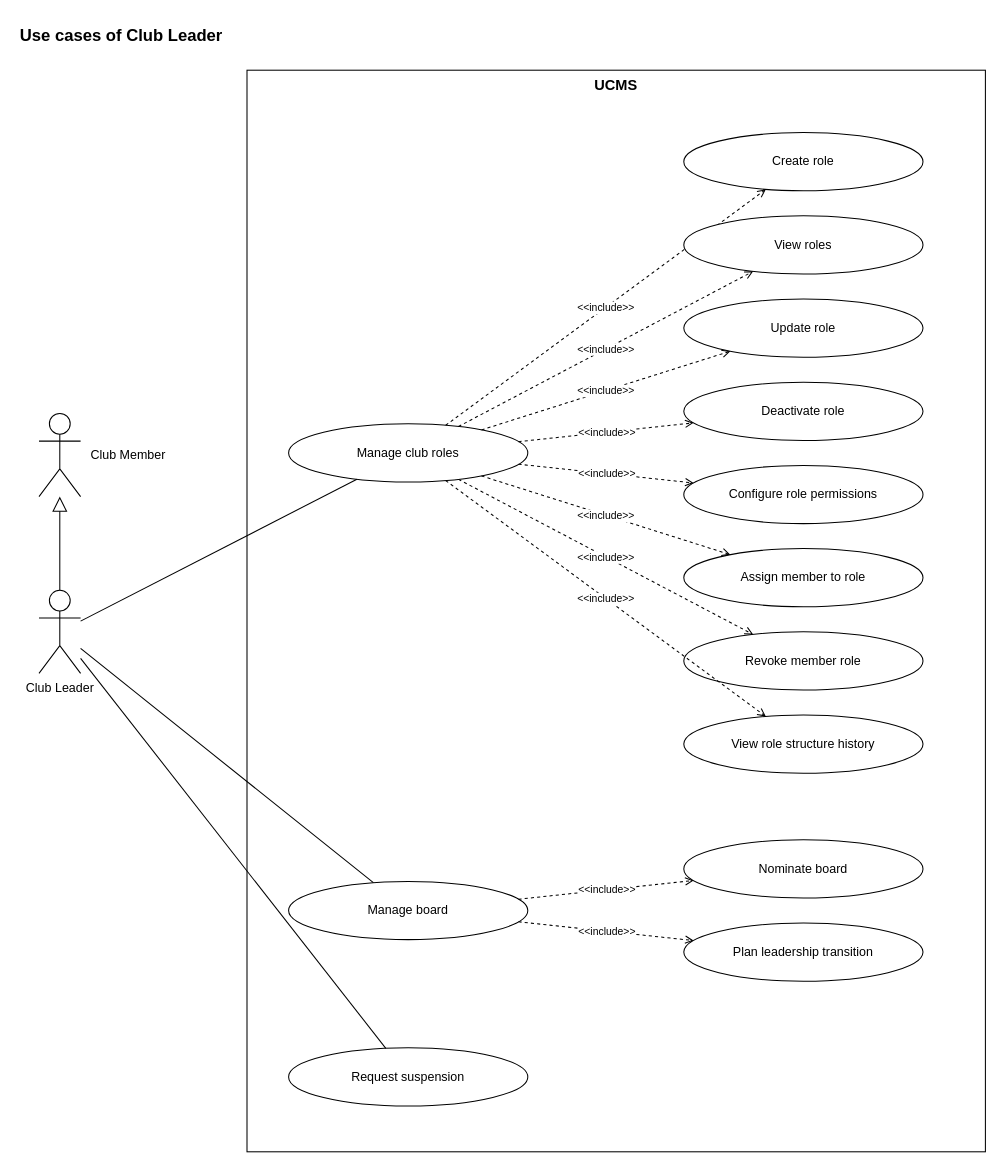
Above: page "Club Leader" (3 of 9) of docs/03-diagrams/UCMS_UseCase_ByActor.drawio in nvdekay/ClubManagementSystem (draw.io), before the change. Source tidied: cells renumbered, new cells numbered last; positions are measured from the earlier drawing's top-left corner, leaving out a move shared by most shapes. Both pictures are drawn from the tidied source at 104%, with x=0, y=0 at pixel (18, 18).
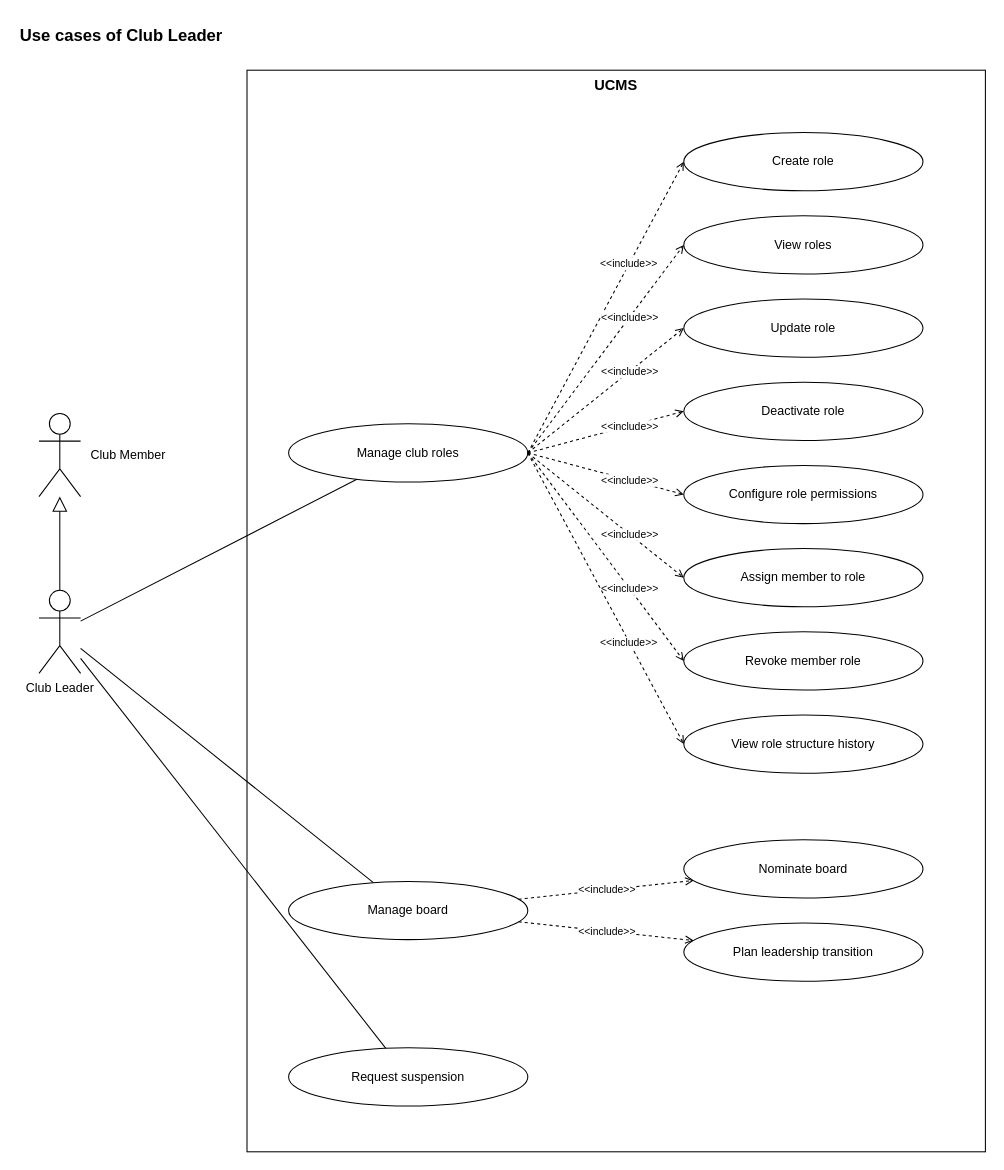
After the change.

Commit message (it also covers changes not shown here):
docs(diagrams): keep role connectors clear of use case ovals

The change refers to these unchanged cells:
```xml
<mxCell id="7" value="Manage club roles" style="ellipse;whiteSpace=wrap;html=1;fillColor=#ffffff;strokeColor=#000000;fontSize=12;" parent="1" vertex="1">
  <mxGeometry x="260" y="390" width="230" height="56" as="geometry" />
</mxCell>
<mxCell id="9" value="Create role" style="ellipse;whiteSpace=wrap;html=1;fillColor=#ffffff;strokeColor=#000000;fontSize=12;" parent="1" vertex="1">
  <mxGeometry x="640" y="110" width="230" height="56" as="geometry" />
</mxCell>
<mxCell id="11" value="View roles" style="ellipse;whiteSpace=wrap;html=1;fillColor=#ffffff;strokeColor=#000000;fontSize=12;" parent="1" vertex="1">
  <mxGeometry x="640" y="190" width="230" height="56" as="geometry" />
</mxCell>
<mxCell id="13" value="Update role" style="ellipse;whiteSpace=wrap;html=1;fillColor=#ffffff;strokeColor=#000000;fontSize=12;" parent="1" vertex="1">
  <mxGeometry x="640" y="270" width="230" height="56" as="geometry" />
</mxCell>
<mxCell id="15" value="Deactivate role" style="ellipse;whiteSpace=wrap;html=1;fillColor=#ffffff;strokeColor=#000000;fontSize=12;" parent="1" vertex="1">
  <mxGeometry x="640" y="350" width="230" height="56" as="geometry" />
</mxCell>
<mxCell id="17" value="Configure role permissions" style="ellipse;whiteSpace=wrap;html=1;fillColor=#ffffff;strokeColor=#000000;fontSize=12;" parent="1" vertex="1">
  <mxGeometry x="640" y="430" width="230" height="56" as="geometry" />
</mxCell>
<mxCell id="19" value="Assign member to role" style="ellipse;whiteSpace=wrap;html=1;fillColor=#ffffff;strokeColor=#000000;fontSize=12;" parent="1" vertex="1">
  <mxGeometry x="640" y="510" width="230" height="56" as="geometry" />
</mxCell>
<mxCell id="21" value="Revoke member role" style="ellipse;whiteSpace=wrap;html=1;fillColor=#ffffff;strokeColor=#000000;fontSize=12;" parent="1" vertex="1">
  <mxGeometry x="640" y="590" width="230" height="56" as="geometry" />
</mxCell>
<mxCell id="23" value="View role structure history" style="ellipse;whiteSpace=wrap;html=1;fillColor=#ffffff;strokeColor=#000000;fontSize=12;" parent="1" vertex="1">
  <mxGeometry x="640" y="670" width="230" height="56" as="geometry" />
</mxCell>
```

Diff of the diagram source:
```diff
@@
-    <mxCell id="10" value="&amp;lt;&amp;lt;include&amp;gt;&amp;gt;" style="endArrow=open;dashed=1;html=1;strokeColor=#000000;fontSize=10;labelBackgroundColor=#ffffff;" parent="1" edge="1" source="7" target="9">
-      <mxGeometry relative="1" as="geometry" />
+    <mxCell id="10" value="&amp;lt;&amp;lt;include&amp;gt;&amp;gt;" style="endArrow=open;dashed=1;html=1;strokeColor=#000000;fontSize=10;labelBackgroundColor=#ffffff;exitX=1;exitY=0.5;exitDx=0;exitDy=0;entryX=0;entryY=0.5;entryDx=0;entryDy=0;" parent="1" edge="1" source="7" target="9">
+      <mxGeometry x="0.3" relative="1" as="geometry" />
     </mxCell>
@@
-    <mxCell id="12" value="&amp;lt;&amp;lt;include&amp;gt;&amp;gt;" style="endArrow=open;dashed=1;html=1;strokeColor=#000000;fontSize=10;labelBackgroundColor=#ffffff;" parent="1" edge="1" source="7" target="11">
-      <mxGeometry relative="1" as="geometry" />
+    <mxCell id="12" value="&amp;lt;&amp;lt;include&amp;gt;&amp;gt;" style="endArrow=open;dashed=1;html=1;strokeColor=#000000;fontSize=10;labelBackgroundColor=#ffffff;exitX=1;exitY=0.5;exitDx=0;exitDy=0;entryX=0;entryY=0.5;entryDx=0;entryDy=0;" parent="1" edge="1" source="7" target="11">
+      <mxGeometry x="0.3" relative="1" as="geometry" />
     </mxCell>
@@
-    <mxCell id="14" value="&amp;lt;&amp;lt;include&amp;gt;&amp;gt;" style="endArrow=open;dashed=1;html=1;strokeColor=#000000;fontSize=10;labelBackgroundColor=#ffffff;" parent="1" edge="1" source="7" target="13">
-      <mxGeometry relative="1" as="geometry" />
+    <mxCell id="14" value="&amp;lt;&amp;lt;include&amp;gt;&amp;gt;" style="endArrow=open;dashed=1;html=1;strokeColor=#000000;fontSize=10;labelBackgroundColor=#ffffff;exitX=1;exitY=0.5;exitDx=0;exitDy=0;entryX=0;entryY=0.5;entryDx=0;entryDy=0;" parent="1" edge="1" source="7" target="13">
+      <mxGeometry x="0.3" relative="1" as="geometry" />
     </mxCell>
@@
-    <mxCell id="16" value="&amp;lt;&amp;lt;include&amp;gt;&amp;gt;" style="endArrow=open;dashed=1;html=1;strokeColor=#000000;fontSize=10;labelBackgroundColor=#ffffff;" parent="1" edge="1" source="7" target="15">
-      <mxGeometry relative="1" as="geometry" />
+    <mxCell id="16" value="&amp;lt;&amp;lt;include&amp;gt;&amp;gt;" style="endArrow=open;dashed=1;html=1;strokeColor=#000000;fontSize=10;labelBackgroundColor=#ffffff;exitX=1;exitY=0.5;exitDx=0;exitDy=0;entryX=0;entryY=0.5;entryDx=0;entryDy=0;" parent="1" edge="1" source="7" target="15">
+      <mxGeometry x="0.3" relative="1" as="geometry" />
     </mxCell>
@@
-    <mxCell id="18" value="&amp;lt;&amp;lt;include&amp;gt;&amp;gt;" style="endArrow=open;dashed=1;html=1;strokeColor=#000000;fontSize=10;labelBackgroundColor=#ffffff;" parent="1" edge="1" source="7" target="17">
-      <mxGeometry relative="1" as="geometry" />
+    <mxCell id="18" value="&amp;lt;&amp;lt;include&amp;gt;&amp;gt;" style="endArrow=open;dashed=1;html=1;strokeColor=#000000;fontSize=10;labelBackgroundColor=#ffffff;exitX=1;exitY=0.5;exitDx=0;exitDy=0;entryX=0;entryY=0.5;entryDx=0;entryDy=0;" parent="1" edge="1" source="7" target="17">
+      <mxGeometry x="0.3" relative="1" as="geometry" />
     </mxCell>
@@
-    <mxCell id="20" value="&amp;lt;&amp;lt;include&amp;gt;&amp;gt;" style="endArrow=open;dashed=1;html=1;strokeColor=#000000;fontSize=10;labelBackgroundColor=#ffffff;" parent="1" edge="1" source="7" target="19">
-      <mxGeometry relative="1" as="geometry" />
+    <mxCell id="20" value="&amp;lt;&amp;lt;include&amp;gt;&amp;gt;" style="endArrow=open;dashed=1;html=1;strokeColor=#000000;fontSize=10;labelBackgroundColor=#ffffff;exitX=1;exitY=0.5;exitDx=0;exitDy=0;entryX=0;entryY=0.5;entryDx=0;entryDy=0;" parent="1" edge="1" source="7" target="19">
+      <mxGeometry x="0.3" relative="1" as="geometry" />
     </mxCell>
@@
-    <mxCell id="22" value="&amp;lt;&amp;lt;include&amp;gt;&amp;gt;" style="endArrow=open;dashed=1;html=1;strokeColor=#000000;fontSize=10;labelBackgroundColor=#ffffff;" parent="1" edge="1" source="7" target="21">
-      <mxGeometry relative="1" as="geometry" />
+    <mxCell id="22" value="&amp;lt;&amp;lt;include&amp;gt;&amp;gt;" style="endArrow=open;dashed=1;html=1;strokeColor=#000000;fontSize=10;labelBackgroundColor=#ffffff;exitX=1;exitY=0.5;exitDx=0;exitDy=0;entryX=0;entryY=0.5;entryDx=0;entryDy=0;" parent="1" edge="1" source="7" target="21">
+      <mxGeometry x="0.3" relative="1" as="geometry" />
     </mxCell>
@@
-    <mxCell id="24" value="&amp;lt;&amp;lt;include&amp;gt;&amp;gt;" style="endArrow=open;dashed=1;html=1;strokeColor=#000000;fontSize=10;labelBackgroundColor=#ffffff;" parent="1" edge="1" source="7" target="23">
-      <mxGeometry relative="1" as="geometry" />
+    <mxCell id="24" value="&amp;lt;&amp;lt;include&amp;gt;&amp;gt;" style="endArrow=open;dashed=1;html=1;strokeColor=#000000;fontSize=10;labelBackgroundColor=#ffffff;exitX=1;exitY=0.5;exitDx=0;exitDy=0;entryX=0;entryY=0.5;entryDx=0;entryDy=0;" parent="1" edge="1" source="7" target="23">
+      <mxGeometry x="0.3" relative="1" as="geometry" />
     </mxCell>
```
